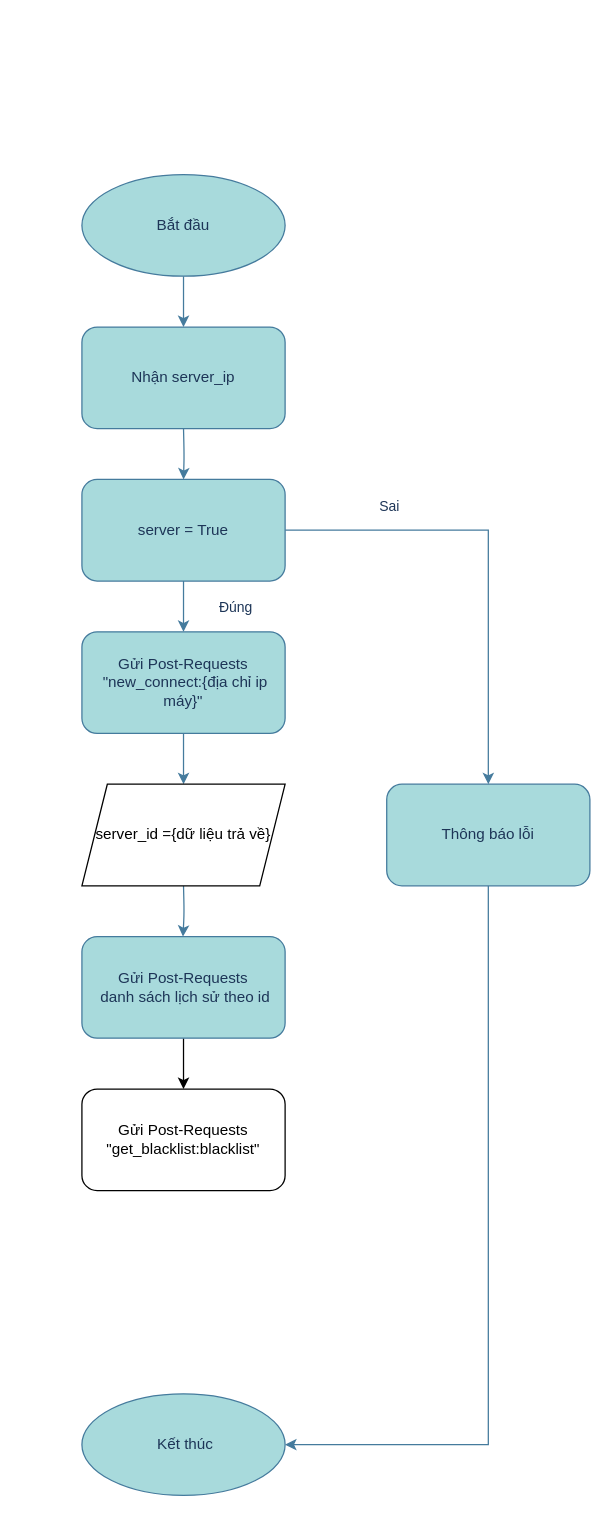
The draw.io diagram Connect-to-Server.drawio in PlaymakerVN/KHKT-2023-1, before the edit. Source tidied: cells renumbered, new cells numbered last; positions are measured from the earlier drawing's top-left corner, leaving out a move shared by most shapes. Both pictures are drawn from the tidied source at 127%, with x=0, y=0 at pixel (81, 174).
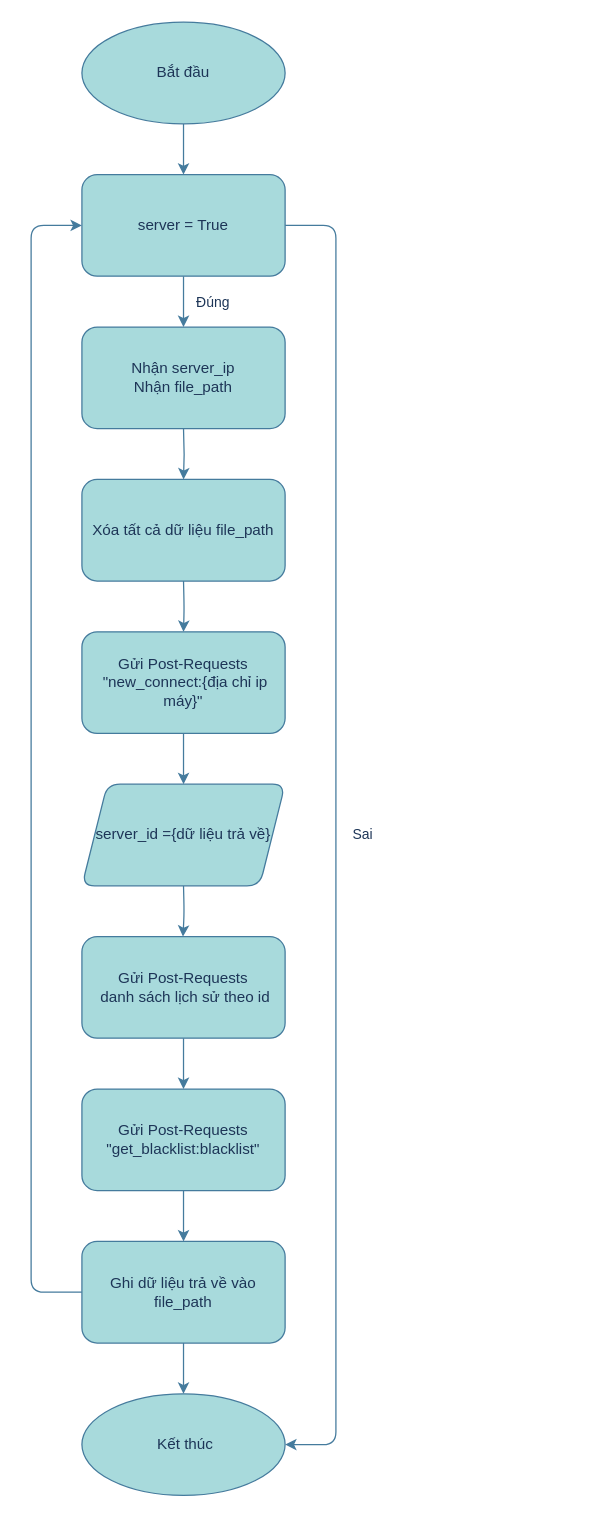
The same diagram, later.

Commit message (it also covers changes not shown here):
Cập nhật Connect-to-Server.drawio

Unchanged cells that the change refers to:
```xml
<mxCell id="6" value="Gửi Post-Requests&lt;br&gt;&amp;nbsp;&quot;new_connect:{địa chỉ ip máy}&quot;" style="rounded=1;whiteSpace=wrap;html=1;labelBackgroundColor=none;fillColor=#A8DADC;strokeColor=#457B9D;fontColor=#1D3557;" parent="1" vertex="1">
  <mxGeometry y="360" width="160" height="80" as="geometry" />
</mxCell>
<mxCell id="14" value="Gửi Post-Requests&lt;br&gt;&amp;nbsp;danh sách lịch sử theo id" style="rounded=1;whiteSpace=wrap;html=1;labelBackgroundColor=none;fillColor=#A8DADC;strokeColor=#457B9D;fontColor=#1D3557;" parent="1" vertex="1">
  <mxGeometry y="600" width="160" height="80" as="geometry" />
</mxCell>
<mxCell id="15" value="&amp;nbsp;Kết thúc" style="ellipse;whiteSpace=wrap;html=1;labelBackgroundColor=none;fillColor=#A8DADC;strokeColor=#457B9D;fontColor=#1D3557;rounded=1;" parent="1" vertex="1">
  <mxGeometry y="960" width="160" height="80" as="geometry" />
</mxCell>
```

What changed in the source:
```diff
@@
-    <mxCell id="2" style="edgeStyle=orthogonalEdgeStyle;rounded=1;jettySize=auto;html=1;exitX=0.5;exitY=1;exitDx=0;exitDy=0;entryX=0.5;entryY=0;entryDx=0;entryDy=0;labelBackgroundColor=none;strokeColor=#457B9D;fontColor=default;" parent="1" edge="1" source="3" target="18">
-      <mxGeometry relative="1" as="geometry" />
-    </mxCell>
+    <mxCell id="21" style="edgeStyle=orthogonalEdgeStyle;rounded=1;jettySize=auto;html=1;exitX=0.5;exitY=1;exitDx=0;exitDy=0;entryX=0.5;entryY=0;entryDx=0;entryDy=0;labelBackgroundColor=none;strokeColor=#457B9D;fontColor=default;" parent="1" edge="1" source="3" target="11">
+      <mxGeometry relative="1" as="geometry" />
+    </mxCell>
     <mxCell id="3" value="Bắt đầu" style="ellipse;whiteSpace=wrap;html=1;labelBackgroundColor=none;fillColor=#A8DADC;strokeColor=#457B9D;fontColor=#1D3557;rounded=1;" parent="1" vertex="1">
-      <mxGeometry width="160" height="80" as="geometry" />
+      <mxGeometry y="-120" width="160" height="80" as="geometry" />
     </mxCell>
-    <mxCell id="4" style="edgeStyle=orthogonalEdgeStyle;rounded=1;jettySize=auto;html=1;exitX=0.5;exitY=1;exitDx=0;exitDy=0;entryX=0.5;entryY=0;entryDx=0;entryDy=0;labelBackgroundColor=none;strokeColor=#457B9D;fontColor=default;" parent="1" edge="1" target="11">
-      <mxGeometry relative="1" as="geometry">
-        <mxPoint x="80" y="200" as="sourcePoint" />
-      </mxGeometry>
-    </mxCell>
-    <mxCell id="5" style="edgeStyle=orthogonalEdgeStyle;rounded=0;jettySize=auto;html=1;exitX=0.5;exitY=1;exitDx=0;exitDy=0;entryX=0.5;entryY=0;entryDx=0;entryDy=0;labelBackgroundColor=none;strokeColor=#457B9D;fontColor=default;" parent="1" edge="1" source="6">
+    <mxCell id="5" style="edgeStyle=orthogonalEdgeStyle;rounded=1;jettySize=auto;html=1;exitX=0.5;exitY=1;exitDx=0;exitDy=0;entryX=0.5;entryY=0;entryDx=0;entryDy=0;labelBackgroundColor=none;strokeColor=#457B9D;fontColor=default;" parent="1" edge="1" source="6">
       <mxGeometry relative="1" as="geometry">
         <mxPoint x="80" y="480" as="targetPoint" />
       </mxGeometry>
     </mxCell>
@@
-    <mxCell id="7" style="edgeStyle=orthogonalEdgeStyle;rounded=1;jettySize=auto;html=1;exitX=0.5;exitY=1;exitDx=0;exitDy=0;entryX=0.5;entryY=0;entryDx=0;entryDy=0;labelBackgroundColor=none;strokeColor=#457B9D;fontColor=default;" parent="1" edge="1" source="11">
-      <mxGeometry relative="1" as="geometry">
-        <mxPoint x="80" y="360" as="targetPoint" />
-      </mxGeometry>
-    </mxCell>
+    <mxCell id="22" style="edgeStyle=orthogonalEdgeStyle;rounded=1;jettySize=auto;html=1;exitX=0.5;exitY=1;exitDx=0;exitDy=0;entryX=0.5;entryY=0;entryDx=0;entryDy=0;labelBackgroundColor=none;strokeColor=#457B9D;fontColor=default;" parent="1" edge="1" source="11">
+      <mxGeometry relative="1" as="geometry">
+        <mxPoint x="80" y="120" as="targetPoint" />
+      </mxGeometry>
+    </mxCell>
-    <mxCell id="8" value="Đúng" style="edgeLabel;html=1;align=center;verticalAlign=middle;labelBackgroundColor=none;fontColor=#1D3557;rounded=1;" parent="7" vertex="1">
-      <mxGeometry x="-0.2" y="1" relative="1" as="geometry">
-        <mxPoint x="39" y="4" as="offset" />
+    <mxCell id="8" value="Đúng" style="edgeLabel;html=1;align=center;verticalAlign=middle;fontColor=#1D3557;" parent="22" vertex="1">
+      <mxGeometry x="-0.01" y="-2" relative="1" as="geometry">
+        <mxPoint x="22" y="-2" as="offset" />
       </mxGeometry>
     </mxCell>
-    <mxCell id="9" style="edgeStyle=orthogonalEdgeStyle;rounded=0;jettySize=auto;html=1;exitX=1;exitY=0.5;exitDx=0;exitDy=0;entryX=0.5;entryY=0;entryDx=0;entryDy=0;labelBackgroundColor=none;strokeColor=#457B9D;fontColor=default;" parent="1" edge="1" source="11" target="17">
-      <mxGeometry relative="1" as="geometry" />
-    </mxCell>
+    <mxCell id="23" style="edgeStyle=orthogonalEdgeStyle;rounded=1;jettySize=auto;html=1;exitX=1;exitY=0.5;exitDx=0;exitDy=0;entryX=1;entryY=0.5;entryDx=0;entryDy=0;strokeColor=#457B9D;fontColor=#1D3557;fillColor=#A8DADC;" parent="1" edge="1" source="11" target="15">
+      <mxGeometry relative="1" as="geometry">
+        <Array as="points">
+          <mxPoint x="200" y="40" />
+          <mxPoint x="200" y="1000" />
+        </Array>
+      </mxGeometry>
+    </mxCell>
-    <mxCell id="10" value="Sai" style="edgeLabel;html=1;align=center;verticalAlign=middle;fontColor=#1D3557;" parent="9" vertex="1">
-      <mxGeometry x="-0.56" y="1" relative="1" as="geometry">
-        <mxPoint x="2" y="-19" as="offset" />
+    <mxCell id="10" value="Sai" style="edgeLabel;html=1;align=center;verticalAlign=middle;fontColor=#1D3557;" parent="23" vertex="1">
+      <mxGeometry y="2" relative="1" as="geometry">
+        <mxPoint x="18" y="-1" as="offset" />
       </mxGeometry>
     </mxCell>
     <mxCell id="11" value="server = True" style="rounded=1;whiteSpace=wrap;html=1;labelBackgroundColor=none;fillColor=#A8DADC;strokeColor=#457B9D;fontColor=#1D3557;" parent="1" vertex="1">
-      <mxGeometry y="240" width="160" height="80" as="geometry" />
+      <mxGeometry width="160" height="80" as="geometry" />
     </mxCell>
@@
-    <mxCell id="13" style="edgeStyle=orthogonalEdgeStyle;rounded=0;jettySize=auto;html=1;entryX=0.5;entryY=0;entryDx=0;entryDy=0;" parent="1" edge="1" source="14" target="20">
+    <mxCell id="13" style="edgeStyle=orthogonalEdgeStyle;rounded=1;jettySize=auto;html=1;entryX=0.5;entryY=0;entryDx=0;entryDy=0;labelBackgroundColor=none;strokeColor=#457B9D;fontColor=default;" parent="1" edge="1" source="14" target="20">
       <mxGeometry relative="1" as="geometry" />
     </mxCell>
@@
-    <mxCell id="16" style="edgeStyle=orthogonalEdgeStyle;rounded=0;jettySize=auto;html=1;exitX=0.5;exitY=1;exitDx=0;exitDy=0;entryX=1;entryY=0.5;entryDx=0;entryDy=0;labelBackgroundColor=none;strokeColor=#457B9D;fontColor=default;" parent="1" edge="1" source="17" target="15">
-      <mxGeometry relative="1" as="geometry" />
-    </mxCell>
-    <mxCell id="17" value="Thông báo lỗi" style="rounded=1;whiteSpace=wrap;html=1;labelBackgroundColor=none;fillColor=#A8DADC;strokeColor=#457B9D;fontColor=#1D3557;" parent="1" vertex="1">
-      <mxGeometry x="240" y="480" width="160" height="80" as="geometry" />
-    </mxCell>
-    <mxCell id="18" value="Nhận server_ip" style="rounded=1;whiteSpace=wrap;html=1;labelBackgroundColor=none;fillColor=#A8DADC;strokeColor=#457B9D;fontColor=#1D3557;" parent="1" vertex="1">
-      <mxGeometry y="120" width="160" height="80" as="geometry" />
-    </mxCell>
+    <mxCell id="24" style="edgeStyle=orthogonalEdgeStyle;rounded=1;jettySize=auto;html=1;exitX=0.5;exitY=1;exitDx=0;exitDy=0;labelBackgroundColor=none;strokeColor=#457B9D;fontColor=default;" parent="1" edge="1" target="6">
+      <mxGeometry relative="1" as="geometry">
+        <mxPoint x="80" y="320" as="sourcePoint" />
+      </mxGeometry>
+    </mxCell>
-    <mxCell id="19" value="server_id ={dữ liệu trả về}" style="shape=parallelogram;perimeter=parallelogramPerimeter;whiteSpace=wrap;html=1;fixedSize=1;" parent="1" vertex="1">
+    <mxCell id="19" value="server_id ={dữ liệu trả về}" style="shape=parallelogram;perimeter=parallelogramPerimeter;whiteSpace=wrap;html=1;fixedSize=1;labelBackgroundColor=none;fillColor=#A8DADC;strokeColor=#457B9D;fontColor=#1D3557;rounded=1;" parent="1" vertex="1">
       <mxGeometry y="480" width="160" height="80" as="geometry" />
     </mxCell>
+    <mxCell id="25" style="edgeStyle=orthogonalEdgeStyle;rounded=1;jettySize=auto;html=1;exitX=0.5;exitY=1;exitDx=0;exitDy=0;entryX=0.5;entryY=0;entryDx=0;entryDy=0;labelBackgroundColor=none;strokeColor=#457B9D;fontColor=default;" parent="1" edge="1" source="20" target="28">
+      <mxGeometry relative="1" as="geometry" />
+    </mxCell>
-    <mxCell id="20" value="Gửi Post-Requests&lt;br&gt;&quot;get_blacklist:blacklist&quot;" style="rounded=1;whiteSpace=wrap;html=1;" parent="1" vertex="1">
+    <mxCell id="20" value="Gửi Post-Requests&lt;br&gt;&quot;get_blacklist:blacklist&quot;" style="rounded=1;whiteSpace=wrap;html=1;labelBackgroundColor=none;fillColor=#A8DADC;strokeColor=#457B9D;fontColor=#1D3557;" parent="1" vertex="1">
       <mxGeometry y="720" width="160" height="80" as="geometry" />
     </mxCell>
+    <mxCell id="26" style="edgeStyle=orthogonalEdgeStyle;rounded=1;jettySize=auto;html=1;exitX=0.5;exitY=1;exitDx=0;exitDy=0;entryX=0.5;entryY=0;entryDx=0;entryDy=0;labelBackgroundColor=none;strokeColor=#457B9D;fontColor=default;" parent="1" edge="1" source="28" target="15">
+      <mxGeometry relative="1" as="geometry" />
+    </mxCell>
+    <mxCell id="27" style="edgeStyle=orthogonalEdgeStyle;rounded=1;jettySize=auto;html=1;exitX=0;exitY=0.5;exitDx=0;exitDy=0;entryX=0;entryY=0.5;entryDx=0;entryDy=0;labelBackgroundColor=none;strokeColor=#457B9D;fontColor=default;" parent="1" edge="1" source="28" target="11">
+      <mxGeometry relative="1" as="geometry">
+        <Array as="points">
+          <mxPoint x="-40" y="880" />
+          <mxPoint x="-40" y="40" />
+        </Array>
+      </mxGeometry>
+    </mxCell>
+    <mxCell id="28" value="Ghi dữ liệu trả về vào file_path" style="rounded=1;whiteSpace=wrap;html=1;labelBackgroundColor=none;fillColor=#A8DADC;strokeColor=#457B9D;fontColor=#1D3557;" parent="1" vertex="1">
+      <mxGeometry y="840" width="160" height="80" as="geometry" />
+    </mxCell>
+    <mxCell id="29" style="edgeStyle=orthogonalEdgeStyle;rounded=1;orthogonalLoop=1;jettySize=auto;html=1;exitX=0.5;exitY=1;exitDx=0;exitDy=0;entryX=0.5;entryY=0;entryDx=0;entryDy=0;labelBackgroundColor=none;strokeColor=#457B9D;fontColor=default;" parent="1" edge="1">
+      <mxGeometry relative="1" as="geometry">
+        <mxPoint x="80" y="200" as="sourcePoint" />
+        <mxPoint x="80" y="240" as="targetPoint" />
+      </mxGeometry>
+    </mxCell>
+    <mxCell id="30" value="Nhận server_ip&lt;br&gt;Nhận file_path" style="rounded=1;whiteSpace=wrap;html=1;labelBackgroundColor=none;fillColor=#A8DADC;strokeColor=#457B9D;fontColor=#1D3557;" parent="1" vertex="1">
+      <mxGeometry y="120" width="160" height="80" as="geometry" />
+    </mxCell>
+    <mxCell id="31" value="Xóa tất cả dữ liệu file_path" style="rounded=1;whiteSpace=wrap;html=1;labelBackgroundColor=none;fillColor=#A8DADC;strokeColor=#457B9D;fontColor=#1D3557;" parent="1" vertex="1">
+      <mxGeometry y="240" width="160" height="80" as="geometry" />
+    </mxCell>
```
